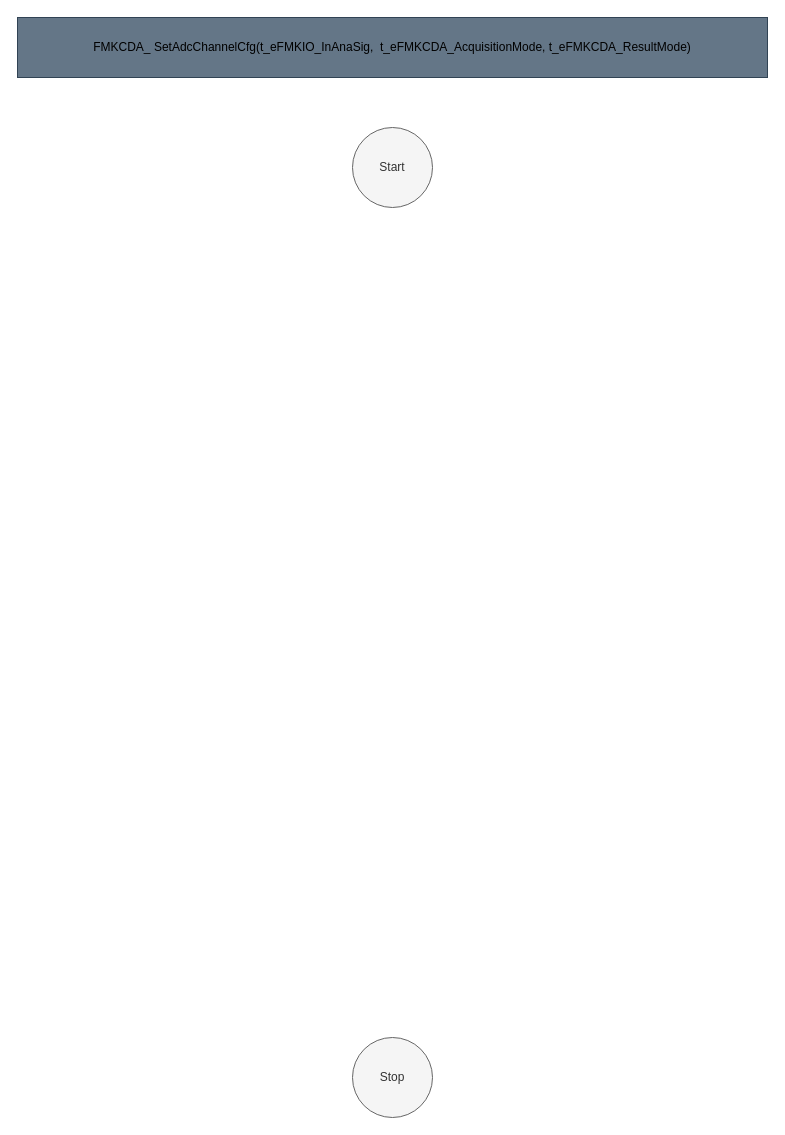
Above: page "Func_AddAdcChannelCfg" (5 of 9) of src/1_FMK/FMK_HAL/FMK_CDA/Doc/FMK_CDA.drawio in mbarbeau0545/Stm32PrjTpl (draw.io), before the change. Source tidied: cells renumbered, new cells numbered last; positions are measured from the earlier drawing's top-left corner, leaving out a move shared by most shapes. Both pictures are drawn from the tidied source at 100%, with x=0, y=0 at pixel (17, 17).
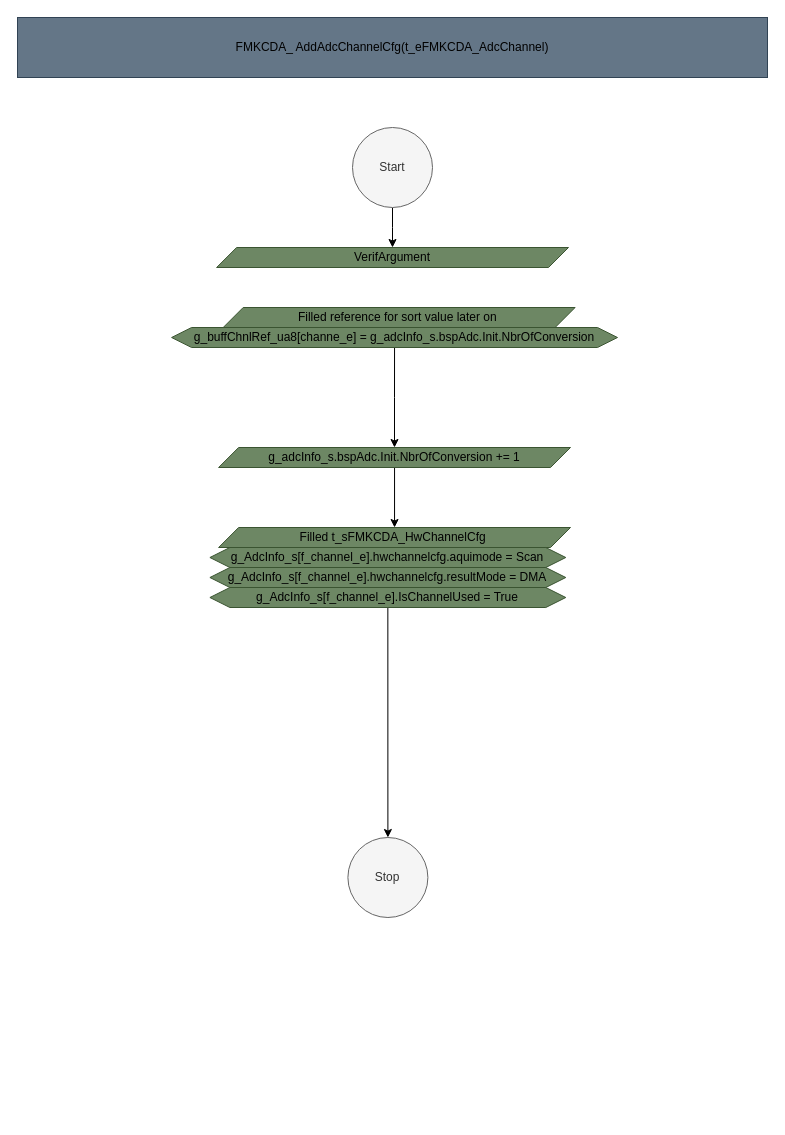
The same page after the edit.

The edit, as a diff of the source:
```diff
@@
 <mxGraphModel>
   <root>
     <mxCell id="0" />
     <mxCell id="1" parent="0" />
-    <mxCell id="2" value="&lt;div style=&quot;color: rgb(0, 0, 0); text-align: left;&quot;&gt;&lt;span style=&quot;background-color: initial;&quot;&gt;FMK&lt;span style=&quot;text-wrap: nowrap;&quot;&gt;CDA_ SetAdcChannelCfg(t_eFMKIO_InAnaSig,&amp;nbsp;&amp;nbsp;&lt;/span&gt;&lt;/span&gt;&lt;span style=&quot;text-wrap: nowrap; background-color: initial;&quot;&gt;t_eFMKCDA_AcquisitionMode,&amp;nbsp;&lt;/span&gt;&lt;span style=&quot;text-wrap: nowrap; background-color: initial;&quot;&gt;t_eFMKCDA_ResultMode)&lt;/span&gt;&lt;/div&gt;" style="rounded=0;whiteSpace=wrap;html=1;fillColor=#647687;fontColor=#ffffff;strokeColor=#314354;" parent="1" vertex="1">
+    <mxCell id="2" value="&lt;div style=&quot;color: rgb(0, 0, 0); text-align: left;&quot;&gt;&lt;span style=&quot;background-color: initial;&quot;&gt;FMK&lt;span style=&quot;text-wrap: nowrap;&quot;&gt;CDA_ AddAdcChannelCfg(t_eFMKCDA_AdcChannel&lt;/span&gt;&lt;/span&gt;&lt;span style=&quot;text-wrap: nowrap; background-color: initial;&quot;&gt;)&lt;/span&gt;&lt;br&gt;&lt;/div&gt;" style="rounded=0;whiteSpace=wrap;html=1;fillColor=#647687;fontColor=#ffffff;strokeColor=#314354;" parent="1" vertex="1">
       <mxGeometry width="750" height="60" as="geometry" />
     </mxCell>
+    <mxCell id="5" style="edgeStyle=orthogonalEdgeStyle;rounded=0;jettySize=auto;html=1;exitX=0.5;exitY=1;exitDx=0;exitDy=0;" parent="1" edge="1" source="3" target="6">
+      <mxGeometry relative="1" as="geometry" />
+    </mxCell>
     <mxCell id="3" value="Start" style="ellipse;whiteSpace=wrap;html=1;fillColor=#f5f5f5;fontColor=#333333;strokeColor=#666666;" parent="1" vertex="1">
       <mxGeometry x="335" y="110" width="80" height="80" as="geometry" />
     </mxCell>
     <mxCell id="4" value="Stop" style="ellipse;whiteSpace=wrap;html=1;fillColor=#f5f5f5;fontColor=#333333;strokeColor=#666666;" parent="1" vertex="1">
-      <mxGeometry x="335" y="1020" width="80" height="80" as="geometry" />
+      <mxGeometry x="330.4" y="820" width="80" height="80" as="geometry" />
     </mxCell>
+    <mxCell id="6" value="VerifArgument" style="shape=parallelogram;perimeter=parallelogramPerimeter;whiteSpace=wrap;html=1;fixedSize=1;fillColor=#6d8764;fontColor=#000000;strokeColor=#3A5431;" parent="1" vertex="1">
+      <mxGeometry x="199.1" y="230" width="351.9" height="20" as="geometry" />
+    </mxCell>
+    <mxCell id="7" style="edgeStyle=orthogonalEdgeStyle;rounded=0;jettySize=auto;html=1;exitX=0.5;exitY=1;exitDx=0;exitDy=0;entryX=0.5;entryY=0;entryDx=0;entryDy=0;" parent="1" edge="1" source="8" target="9">
+      <mxGeometry relative="1" as="geometry" />
+    </mxCell>
+    <mxCell id="8" value="g_adcInfo_s.bspAdc.Init.NbrOfConversion += 1" style="shape=parallelogram;perimeter=parallelogramPerimeter;whiteSpace=wrap;html=1;fixedSize=1;fillColor=#6d8764;fontColor=#000000;strokeColor=#3A5431;" parent="1" vertex="1">
+      <mxGeometry x="201.1" y="430" width="351.9" height="20" as="geometry" />
+    </mxCell>
+    <mxCell id="9" value="Filled&amp;nbsp;&lt;span style=&quot;text-align: left; text-wrap: nowrap;&quot;&gt;t_sFMKCDA_HwChannelCfg&lt;font size=&quot;1&quot;&gt;&amp;nbsp;&lt;/font&gt;&lt;/span&gt;" style="shape=parallelogram;perimeter=parallelogramPerimeter;whiteSpace=wrap;html=1;fixedSize=1;fillColor=#6d8764;fontColor=#000000;strokeColor=#3A5431;" parent="1" vertex="1">
+      <mxGeometry x="201.1" y="510" width="351.9" height="20" as="geometry" />
+    </mxCell>
+    <mxCell id="10" value="g_AdcInfo_s[f_channel_e].hwchannelcfg.aquimode = Scan" style="shape=hexagon;perimeter=hexagonPerimeter2;whiteSpace=wrap;html=1;fixedSize=1;fillColor=#6d8764;strokeColor=#3A5431;fontColor=#000000;" parent="1" vertex="1">
+      <mxGeometry x="192.4" y="530" width="355.9" height="20" as="geometry" />
+    </mxCell>
+    <mxCell id="11" value="g_AdcInfo_s[f_channel_e].hwchannelcfg.resultMode = DMA" style="shape=hexagon;perimeter=hexagonPerimeter2;whiteSpace=wrap;html=1;fixedSize=1;fillColor=#6d8764;strokeColor=#3A5431;fontColor=#000000;" parent="1" vertex="1">
+      <mxGeometry x="192.4" y="550" width="355.9" height="20" as="geometry" />
+    </mxCell>
+    <mxCell id="12" style="edgeStyle=orthogonalEdgeStyle;rounded=0;jettySize=auto;html=1;exitX=0.5;exitY=1;exitDx=0;exitDy=0;" parent="1" edge="1" source="13" target="4">
+      <mxGeometry relative="1" as="geometry" />
+    </mxCell>
+    <mxCell id="13" value="g_AdcInfo_s[f_channel_e].IsChannelUsed = True" style="shape=hexagon;perimeter=hexagonPerimeter2;whiteSpace=wrap;html=1;fixedSize=1;fillColor=#6d8764;strokeColor=#3A5431;fontColor=#000000;" parent="1" vertex="1">
+      <mxGeometry x="192.4" y="570" width="355.9" height="20" as="geometry" />
+    </mxCell>
+    <mxCell id="14" value="&lt;div style=&quot;text-align: left;&quot;&gt;&lt;span style=&quot;background-color: initial;&quot;&gt;Filled &lt;span style=&quot;text-wrap: nowrap;&quot;&gt;reference for sort value later on&amp;nbsp;&lt;/span&gt;&lt;/span&gt;&lt;/div&gt;" style="shape=parallelogram;perimeter=parallelogramPerimeter;whiteSpace=wrap;html=1;fixedSize=1;fillColor=#6d8764;fontColor=#000000;strokeColor=#3A5431;" parent="1" vertex="1">
+      <mxGeometry x="205.7" y="290" width="351.9" height="20" as="geometry" />
+    </mxCell>
+    <mxCell id="15" style="edgeStyle=orthogonalEdgeStyle;rounded=0;jettySize=auto;html=1;exitX=0.5;exitY=1;exitDx=0;exitDy=0;" parent="1" edge="1" source="16" target="8">
+      <mxGeometry relative="1" as="geometry" />
+    </mxCell>
+    <mxCell id="16" value="&lt;span style=&quot;text-align: left; text-wrap: nowrap;&quot;&gt;g_buffChnlRef_ua8[channe_e] =&amp;nbsp;&lt;/span&gt;g_adcInfo_s.bspAdc.Init.NbrOfConversion" style="shape=hexagon;perimeter=hexagonPerimeter2;whiteSpace=wrap;html=1;fixedSize=1;fillColor=#6d8764;strokeColor=#3A5431;fontColor=#000000;" parent="1" vertex="1">
+      <mxGeometry x="154.1" y="310" width="445.9" height="20" as="geometry" />
+    </mxCell>
   </root>
 </mxGraphModel>
```
